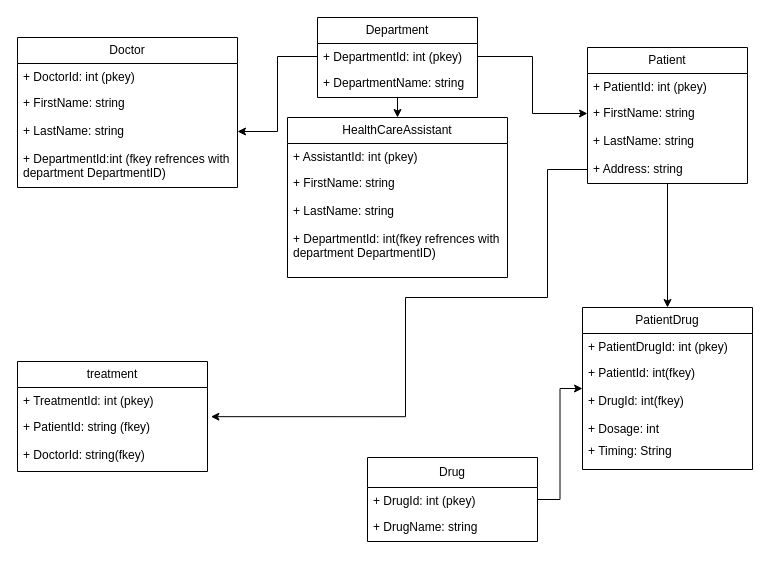
Before: hospital.drawio in rrs292714/Work-day1-RahulrajSingh, a draw.io diagram. Source tidied: cells renumbered, new cells numbered last; positions are measured from the earlier drawing's top-left corner, leaving out a move shared by most shapes. Both pictures are drawn from the tidied source at 100%, with x=0, y=0 at pixel (17, 17).
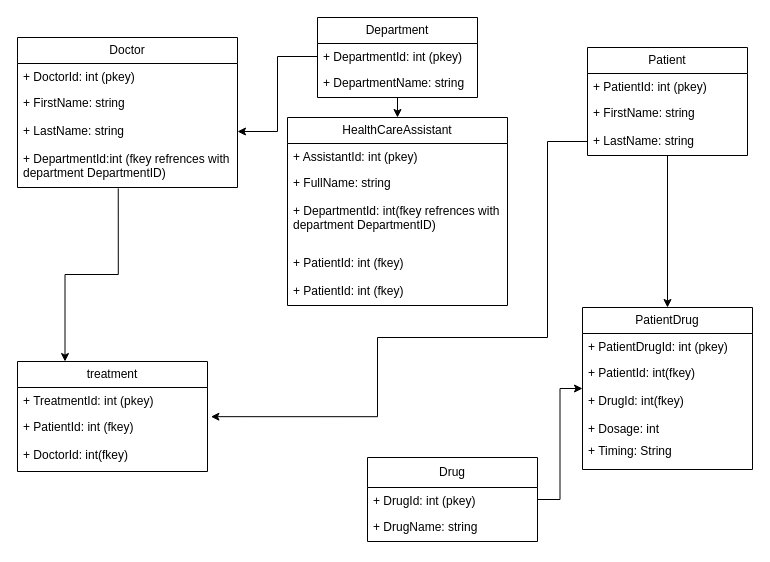
The same diagram, later.

Unchanged cells that the change refers to:
```xml
<mxCell id="4" value="+ DepartmentId: int (pkey)" style="text;strokeColor=none;fillColor=none;align=left;verticalAlign=top;spacingLeft=4;spacingRight=4;overflow=hidden;points=[[0,0.5],[1,0.5]];portConstraint=eastwest;whiteSpace=wrap;html=1;" parent="3" vertex="1">
  <mxGeometry y="26" width="160" height="26" as="geometry" />
</mxCell>
<mxCell id="9" value="&lt;div&gt;+ FirstName: string&lt;/div&gt;&lt;div&gt;&lt;br&gt;&lt;/div&gt;" style="text;strokeColor=none;fillColor=none;align=left;verticalAlign=top;spacingLeft=4;spacingRight=4;overflow=hidden;points=[[0,0.5],[1,0.5]];portConstraint=eastwest;whiteSpace=wrap;html=1;" parent="7" vertex="1">
  <mxGeometry y="52" width="160" height="28" as="geometry" />
</mxCell>
<mxCell id="10" value="&lt;div&gt;+ LastName: string&lt;/div&gt;&lt;div&gt;&lt;br&gt;&lt;/div&gt;" style="text;strokeColor=none;fillColor=none;align=left;verticalAlign=top;spacingLeft=4;spacingRight=4;overflow=hidden;points=[[0,0.5],[1,0.5]];portConstraint=eastwest;whiteSpace=wrap;html=1;" parent="7" vertex="1">
  <mxGeometry y="80" width="160" height="28" as="geometry" />
</mxCell>
<mxCell id="16" value="+ DepartmentId:int (fkey refrences with department DepartmentID)" style="text;strokeColor=none;fillColor=none;align=left;verticalAlign=top;spacingLeft=4;spacingRight=4;overflow=hidden;points=[[0,0.5],[1,0.5]];portConstraint=eastwest;whiteSpace=wrap;html=1;" parent="12" vertex="1">
  <mxGeometry y="108" width="220" height="42" as="geometry" />
</mxCell>
<mxCell id="34" value="treatment" style="swimlane;fontStyle=0;horizontal=1;startSize=26;fillColor=none;whiteSpace=wrap;html=1;" parent="1" vertex="1">
  <mxGeometry y="344" width="190" height="110" as="geometry" />
</mxCell>
<mxCell id="35" value="+ TreatmentId: int (pkey)" style="text;strokeColor=none;fillColor=none;align=left;verticalAlign=top;spacingLeft=4;spacingRight=4;overflow=hidden;points=[[0,0.5],[1,0.5]];portConstraint=eastwest;whiteSpace=wrap;html=1;" parent="34" vertex="1">
  <mxGeometry y="26" width="190" height="26" as="geometry" />
</mxCell>
```

Diff of the diagram source:
```diff
@@
     <mxCell id="7" value="Patient" style="swimlane;fontStyle=0;horizontal=1;startSize=26;fillColor=none;whiteSpace=wrap;html=1;" parent="1" vertex="1">
-      <mxGeometry x="570" y="30" width="160" height="136" as="geometry" />
+      <mxGeometry x="570" y="30" width="160" height="108" as="geometry" />
     </mxCell>
@@
-    <mxCell id="11" value="&lt;div&gt;+ Address: string&lt;/div&gt;&lt;div&gt;&lt;br&gt;&lt;/div&gt;" style="text;strokeColor=none;fillColor=none;align=left;verticalAlign=top;spacingLeft=4;spacingRight=4;overflow=hidden;points=[[0,0.5],[1,0.5]];portConstraint=eastwest;whiteSpace=wrap;html=1;" parent="7" vertex="1">
-      <mxGeometry y="108" width="160" height="28" as="geometry" />
-    </mxCell>
+    <mxCell id="40" style="edgeStyle=orthogonalEdgeStyle;rounded=0;jettySize=auto;html=1;exitX=0.458;exitY=1.02;exitDx=0;exitDy=0;entryX=0.25;entryY=0;entryDx=0;entryDy=0;exitPerimeter=0;" parent="1" edge="1" source="16" target="34">
+      <mxGeometry relative="1" as="geometry" />
+    </mxCell>
@@
     <mxCell id="17" value="HealthCareAssistant" style="swimlane;fontStyle=0;horizontal=1;startSize=26;fillColor=none;whiteSpace=wrap;html=1;" parent="1" vertex="1">
-      <mxGeometry x="270" y="100" width="220" height="160" as="geometry" />
+      <mxGeometry x="270" y="100" width="220" height="188" as="geometry" />
     </mxCell>
@@
-    <mxCell id="19" value="&lt;div&gt;+ FirstName: string&lt;/div&gt;&lt;div&gt;&lt;br&gt;&lt;/div&gt;" style="text;strokeColor=none;fillColor=none;align=left;verticalAlign=top;spacingLeft=4;spacingRight=4;overflow=hidden;whiteSpace=wrap;html=1;" parent="17" vertex="1">
+    <mxCell id="19" value="&lt;div&gt;+ FullName: string&lt;/div&gt;&lt;div&gt;&lt;br&gt;&lt;/div&gt;" style="text;strokeColor=none;fillColor=none;align=left;verticalAlign=top;spacingLeft=4;spacingRight=4;overflow=hidden;whiteSpace=wrap;html=1;" parent="17" vertex="1">
       <mxGeometry y="52" width="220" height="28" as="geometry" />
     </mxCell>
-    <mxCell id="20" value="&lt;div&gt;+ LastName: string&lt;/div&gt;&lt;div&gt;&lt;br&gt;&lt;/div&gt;" style="text;strokeColor=none;fillColor=none;align=left;verticalAlign=top;spacingLeft=4;spacingRight=4;overflow=hidden;whiteSpace=wrap;html=1;" parent="17" vertex="1">
-      <mxGeometry y="80" width="220" height="28" as="geometry" />
-    </mxCell>
     <mxCell id="21" value="&lt;div&gt;+ DepartmentId: int(fkey refrences with department DepartmentID)&lt;/div&gt;&lt;div&gt;&lt;br&gt;&lt;/div&gt;" style="text;strokeColor=none;fillColor=none;align=left;verticalAlign=top;spacingLeft=4;spacingRight=4;overflow=hidden;whiteSpace=wrap;html=1;" parent="17" vertex="1">
-      <mxGeometry y="108" width="220" height="52" as="geometry" />
+      <mxGeometry y="80" width="220" height="52" as="geometry" />
     </mxCell>
+    <mxCell id="41" value="&lt;div&gt;+ PatientId: int (fkey)&lt;br&gt;&lt;/div&gt;&lt;div&gt;&lt;br&gt;&lt;/div&gt;" style="text;strokeColor=none;fillColor=none;align=left;verticalAlign=top;spacingLeft=4;spacingRight=4;overflow=hidden;whiteSpace=wrap;html=1;" parent="17" vertex="1">
+      <mxGeometry y="132" width="220" height="28" as="geometry" />
+    </mxCell>
+    <mxCell id="42" value="&lt;div&gt;+ PatientId: int (fkey)&lt;br&gt;&lt;/div&gt;&lt;div&gt;&lt;br&gt;&lt;/div&gt;" style="text;strokeColor=none;fillColor=none;align=left;verticalAlign=top;spacingLeft=4;spacingRight=4;overflow=hidden;whiteSpace=wrap;html=1;" parent="17" vertex="1">
+      <mxGeometry y="160" width="220" height="28" as="geometry" />
+    </mxCell>
@@
-    <mxCell id="33" style="edgeStyle=orthogonalEdgeStyle;rounded=0;jettySize=auto;html=1;exitX=1;exitY=0.5;exitDx=0;exitDy=0;entryX=0;entryY=0.5;entryDx=0;entryDy=0;" parent="1" edge="1" source="4" target="9">
-      <mxGeometry relative="1" as="geometry" />
-    </mxCell>
@@
-    <mxCell id="36" value="&lt;div&gt;+ PatientId: string (fkey)&lt;/div&gt;" style="text;strokeColor=none;fillColor=none;align=left;verticalAlign=top;spacingLeft=4;spacingRight=4;overflow=hidden;points=[[0,0.5],[1,0.5]];portConstraint=eastwest;whiteSpace=wrap;html=1;" parent="34" vertex="1">
+    <mxCell id="36" value="&lt;div&gt;+ PatientId: int (fkey)&lt;/div&gt;" style="text;strokeColor=none;fillColor=none;align=left;verticalAlign=top;spacingLeft=4;spacingRight=4;overflow=hidden;points=[[0,0.5],[1,0.5]];portConstraint=eastwest;whiteSpace=wrap;html=1;" parent="34" vertex="1">
       <mxGeometry y="52" width="190" height="28" as="geometry" />
     </mxCell>
-    <mxCell id="37" value="&lt;div&gt;+ DoctorId: string(fkey)&lt;/div&gt;" style="text;strokeColor=none;fillColor=none;align=left;verticalAlign=top;spacingLeft=4;spacingRight=4;overflow=hidden;whiteSpace=wrap;html=1;" parent="34" vertex="1">
+    <mxCell id="37" value="&lt;div&gt;+ DoctorId: int(fkey)&lt;/div&gt;" style="text;strokeColor=none;fillColor=none;align=left;verticalAlign=top;spacingLeft=4;spacingRight=4;overflow=hidden;whiteSpace=wrap;html=1;" parent="34" vertex="1">
       <mxGeometry y="80" width="190" height="30" as="geometry" />
     </mxCell>
@@
-    <mxCell id="39" style="edgeStyle=orthogonalEdgeStyle;rounded=0;jettySize=auto;html=1;entryX=1.018;entryY=1.122;entryDx=0;entryDy=0;entryPerimeter=0;" parent="1" edge="1" source="11" target="35">
+    <mxCell id="39" style="edgeStyle=orthogonalEdgeStyle;rounded=0;jettySize=auto;html=1;entryX=1.018;entryY=1.122;entryDx=0;entryDy=0;entryPerimeter=0;exitX=0;exitY=0.5;exitDx=0;exitDy=0;" parent="1" edge="1" source="10" target="35">
       <mxGeometry relative="1" as="geometry">
         <Array as="points">
-          <mxPoint x="530" y="152" />
-          <mxPoint x="530" y="280" />
-          <mxPoint x="388" y="280" />
-          <mxPoint x="388" y="399" />
+          <mxPoint x="530" y="124" />
+          <mxPoint x="530" y="320" />
+          <mxPoint x="360" y="320" />
+          <mxPoint x="360" y="399" />
         </Array>
       </mxGeometry>
     </mxCell>
```
